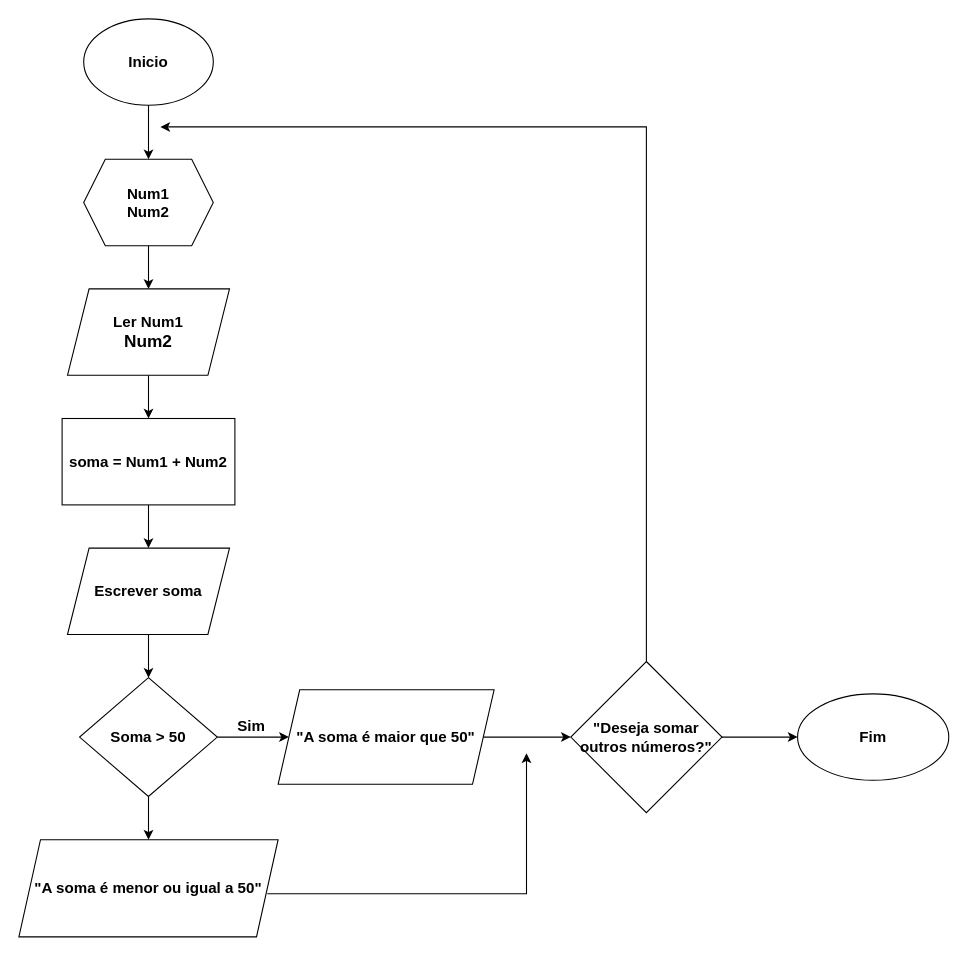
Hevee06/Projetos_Diagrama.oi keeps this draw.io diagram as Diagrama sem nome.drawio. Above is the earlier version. Source tidied: cells renumbered, new cells numbered last; positions are measured from the earlier drawing's top-left corner, leaving out a move shared by most shapes. Both pictures are drawn from the tidied source at 108%, with x=0, y=0 at pixel (18, 18).
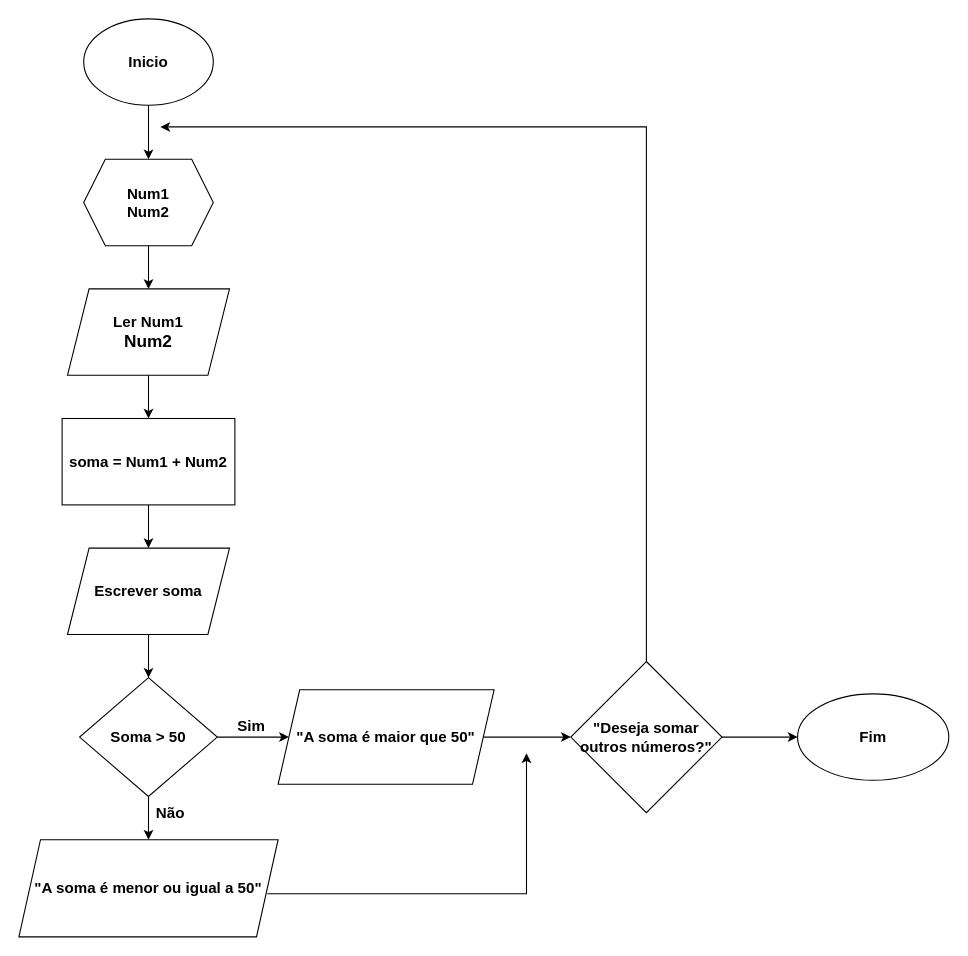
Above is the later version.

Change to the diagram source:
```diff
@@
+    <mxCell id="24" value="&lt;b&gt;&lt;font style=&quot;font-size: 14px;&quot;&gt;Não&lt;/font&gt;&lt;/b&gt;" style="text;html=1;align=center;verticalAlign=middle;strokeColor=none;fillColor=none;" parent="1" vertex="1">
+      <mxGeometry x="115" y="720" width="50" height="30" as="geometry" />
+    </mxCell>
```
